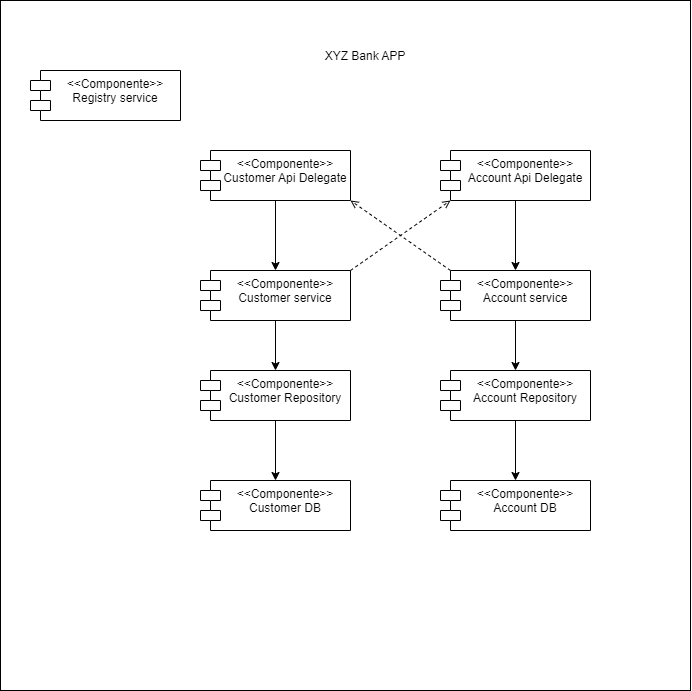
Before: Documentacion/SRCDiagramaCasosDeUso/3. Diagrama de componentes.png, a diagram exported from draw.io (dannyverap/XYZBank). Source tidied: cells renumbered, new cells last; positions are measured from the earlier drawing's top-left corner, leaving out a move shared by most shapes.
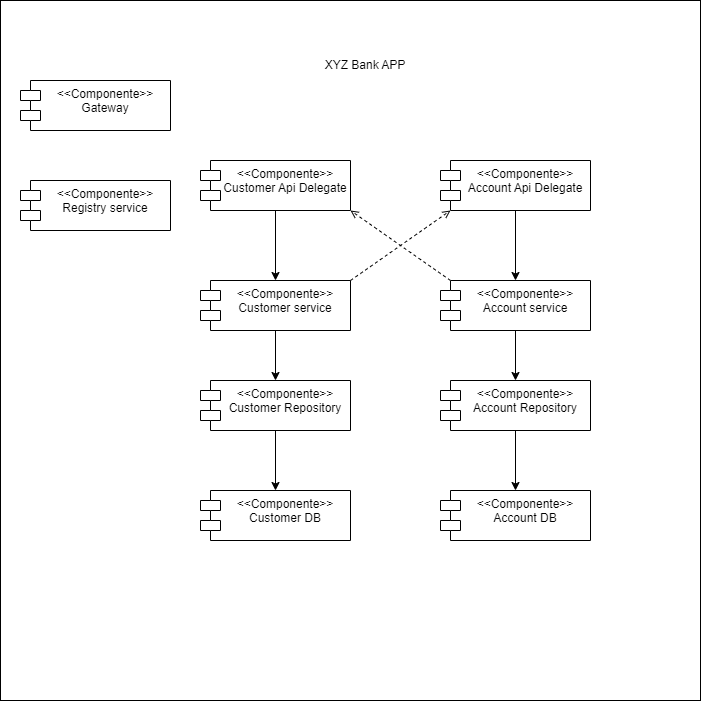
Above is the later version.

Commit message:
Update diagrama de componentes

Diff of the diagram source:
```diff
@@ -3,10 +3,10 @@
     <mxCell id="0" />
     <mxCell id="1" parent="0" />
     <mxCell id="2" style="whiteSpace=wrap;html=1;" parent="1" vertex="1">
-      <mxGeometry width="690" height="690" as="geometry" />
+      <mxGeometry y="-10" width="700" height="700" as="geometry" />
     </mxCell>
     <mxCell id="3" value="&amp;lt;&amp;lt;Componente&amp;gt;&amp;gt;&lt;div&gt;Registry service&lt;/div&gt;" style="shape=module;align=left;spacingLeft=20;align=center;verticalAlign=top;whiteSpace=wrap;html=1;" parent="1" vertex="1">
-      <mxGeometry x="30" y="70" width="150" height="50" as="geometry" />
+      <mxGeometry x="20" y="170" width="150" height="50" as="geometry" />
     </mxCell>
     <mxCell id="4" style="edgeStyle=orthogonalEdgeStyle;rounded=0;jettySize=auto;html=1;exitX=0.5;exitY=1;exitDx=0;exitDy=0;entryX=0.5;entryY=0;entryDx=0;entryDy=0;" parent="1" edge="1" source="5" target="9">
       <mxGeometry relative="1" as="geometry" />
@@ -57,7 +57,10 @@
       <mxGeometry relative="1" as="geometry" />
     </mxCell>
     <mxCell id="20" value="XYZ Bank APP" style="text;html=1;align=center;verticalAlign=middle;whiteSpace=wrap;rounded=0;" parent="1" vertex="1">
-      <mxGeometry x="300" y="41" width="130" height="30" as="geometry" />
+      <mxGeometry x="300" y="40" width="130" height="30" as="geometry" />
     </mxCell>
+    <mxCell id="21" value="&amp;lt;&amp;lt;Componente&amp;gt;&amp;gt;&lt;div&gt;Gateway&lt;/div&gt;" style="shape=module;align=left;spacingLeft=20;align=center;verticalAlign=top;whiteSpace=wrap;html=1;" parent="1" vertex="1">
+      <mxGeometry x="20" y="70" width="150" height="50" as="geometry" />
+    </mxCell>
   </root>
 </mxGraphModel>
```
